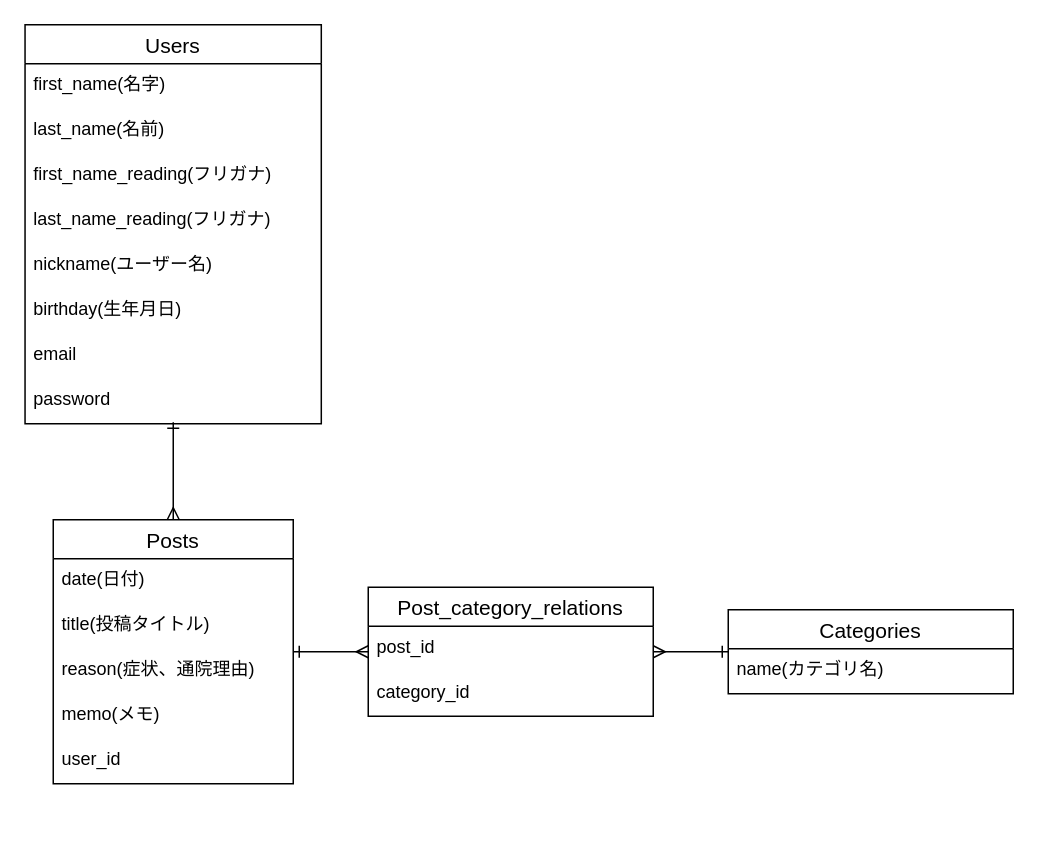
This is calendar.dio from yamakazu88/calendar, a draw.io file, before an edit. Source tidied: cells renumbered, new cells numbered last; positions are measured from the earlier drawing's top-left corner, leaving out a move shared by most shapes. Both pictures are drawn from the tidied source at 150%, with x=0, y=0 at pixel (24, 24).
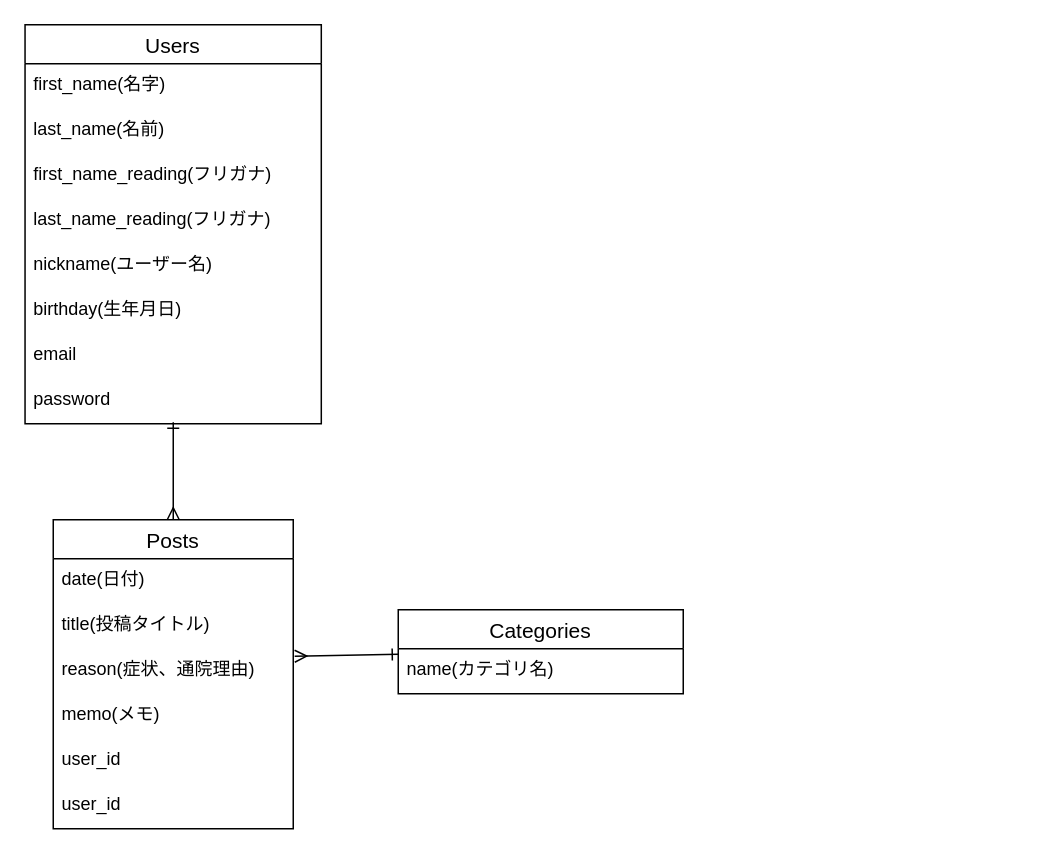
Above is the later version.

Unchanged cells that the change refers to:
```xml
<mxCell id="15" value="reason(症状、通院理由)" style="text;strokeColor=none;fillColor=none;spacingLeft=4;spacingRight=4;overflow=hidden;points=[[0,0.5],[1,0.5]];portConstraint=eastwest;fontSize=12;" parent="12" vertex="1">
  <mxGeometry y="86" width="160" height="30" as="geometry" />
</mxCell>
```

Change to the diagram source:
```diff
@@
-    <mxCell id="11" style="edgeStyle=none;rounded=0;jumpSize=10;jettySize=auto;html=1;startArrow=ERone;startFill=0;endArrow=ERmany;endFill=0;" parent="1" edge="1" source="12" target="20">
-      <mxGeometry relative="1" as="geometry">
-        <Array as="points">
-          <mxPoint x="209" y="418" />
-        </Array>
-      </mxGeometry>
-    </mxCell>
     <mxCell id="12" value="Posts" style="swimlane;fontStyle=0;horizontal=1;startSize=26;align=center;fontSize=14;" parent="1" vertex="1">
-      <mxGeometry x="19" y="330" width="160" height="176" as="geometry" />
+      <mxGeometry x="19" y="330" width="160" height="206" as="geometry" />
     </mxCell>
@@
+    <mxCell id="25" value="user_id" style="text;strokeColor=none;fillColor=none;spacingLeft=4;spacingRight=4;overflow=hidden;fontSize=12;" parent="12" vertex="1">
+      <mxGeometry y="176" width="160" height="30" as="geometry" />
+    </mxCell>
@@
-    <mxCell id="19" style="edgeStyle=none;rounded=0;jumpSize=10;jettySize=auto;html=1;startArrow=ERmany;startFill=0;endArrow=ERone;endFill=0;" parent="1" edge="1" source="20" target="23">
+    <mxCell id="19" style="edgeStyle=none;rounded=0;jumpSize=10;jettySize=auto;html=1;startArrow=ERmany;startFill=0;endArrow=ERone;endFill=0;exitX=1.006;exitY=0.167;exitDx=0;exitDy=0;exitPerimeter=0;" parent="1" edge="1" source="15" target="23">
       <mxGeometry relative="1" as="geometry" />
     </mxCell>
-    <mxCell id="20" value="Post_category_relations" style="swimlane;fontStyle=0;horizontal=1;startSize=26;align=center;fontSize=14;" parent="1" vertex="1">
-      <mxGeometry x="229" y="375" width="190" height="86" as="geometry" />
-    </mxCell>
-    <mxCell id="21" value="post_id" style="text;strokeColor=none;fillColor=none;spacingLeft=4;spacingRight=4;overflow=hidden;fontSize=12;" parent="20" vertex="1">
-      <mxGeometry y="26" width="190" height="30" as="geometry" />
-    </mxCell>
-    <mxCell id="22" value="category_id" style="text;strokeColor=none;fillColor=none;spacingLeft=4;spacingRight=4;overflow=hidden;fontSize=12;" parent="20" vertex="1">
-      <mxGeometry y="56" width="190" height="30" as="geometry" />
-    </mxCell>
     <mxCell id="23" value="Categories" style="swimlane;fontStyle=0;horizontal=1;startSize=26;align=center;fontSize=14;" parent="1" vertex="1">
-      <mxGeometry x="469" y="390" width="190" height="56" as="geometry" />
+      <mxGeometry x="249" y="390" width="190" height="56" as="geometry" />
     </mxCell>
```
